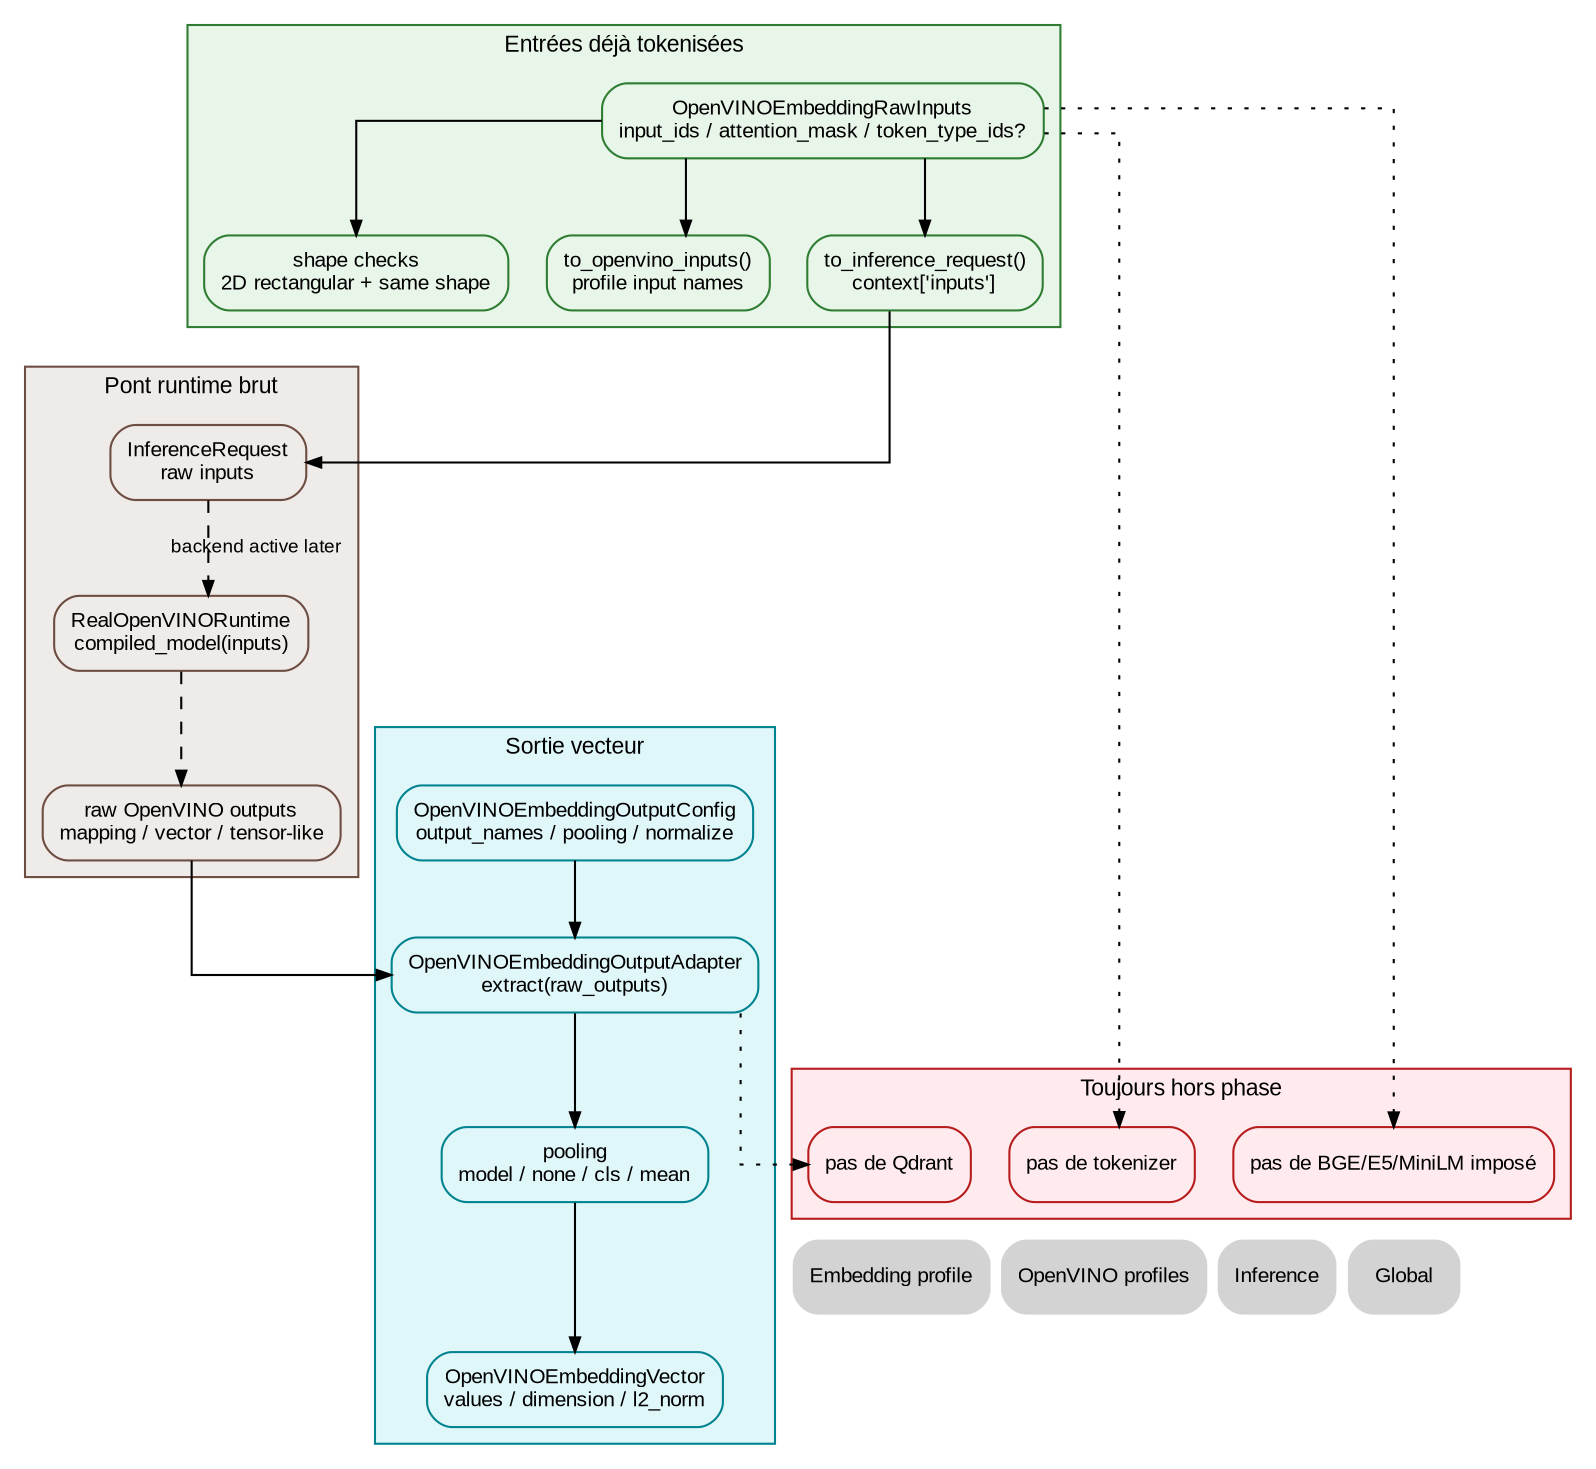
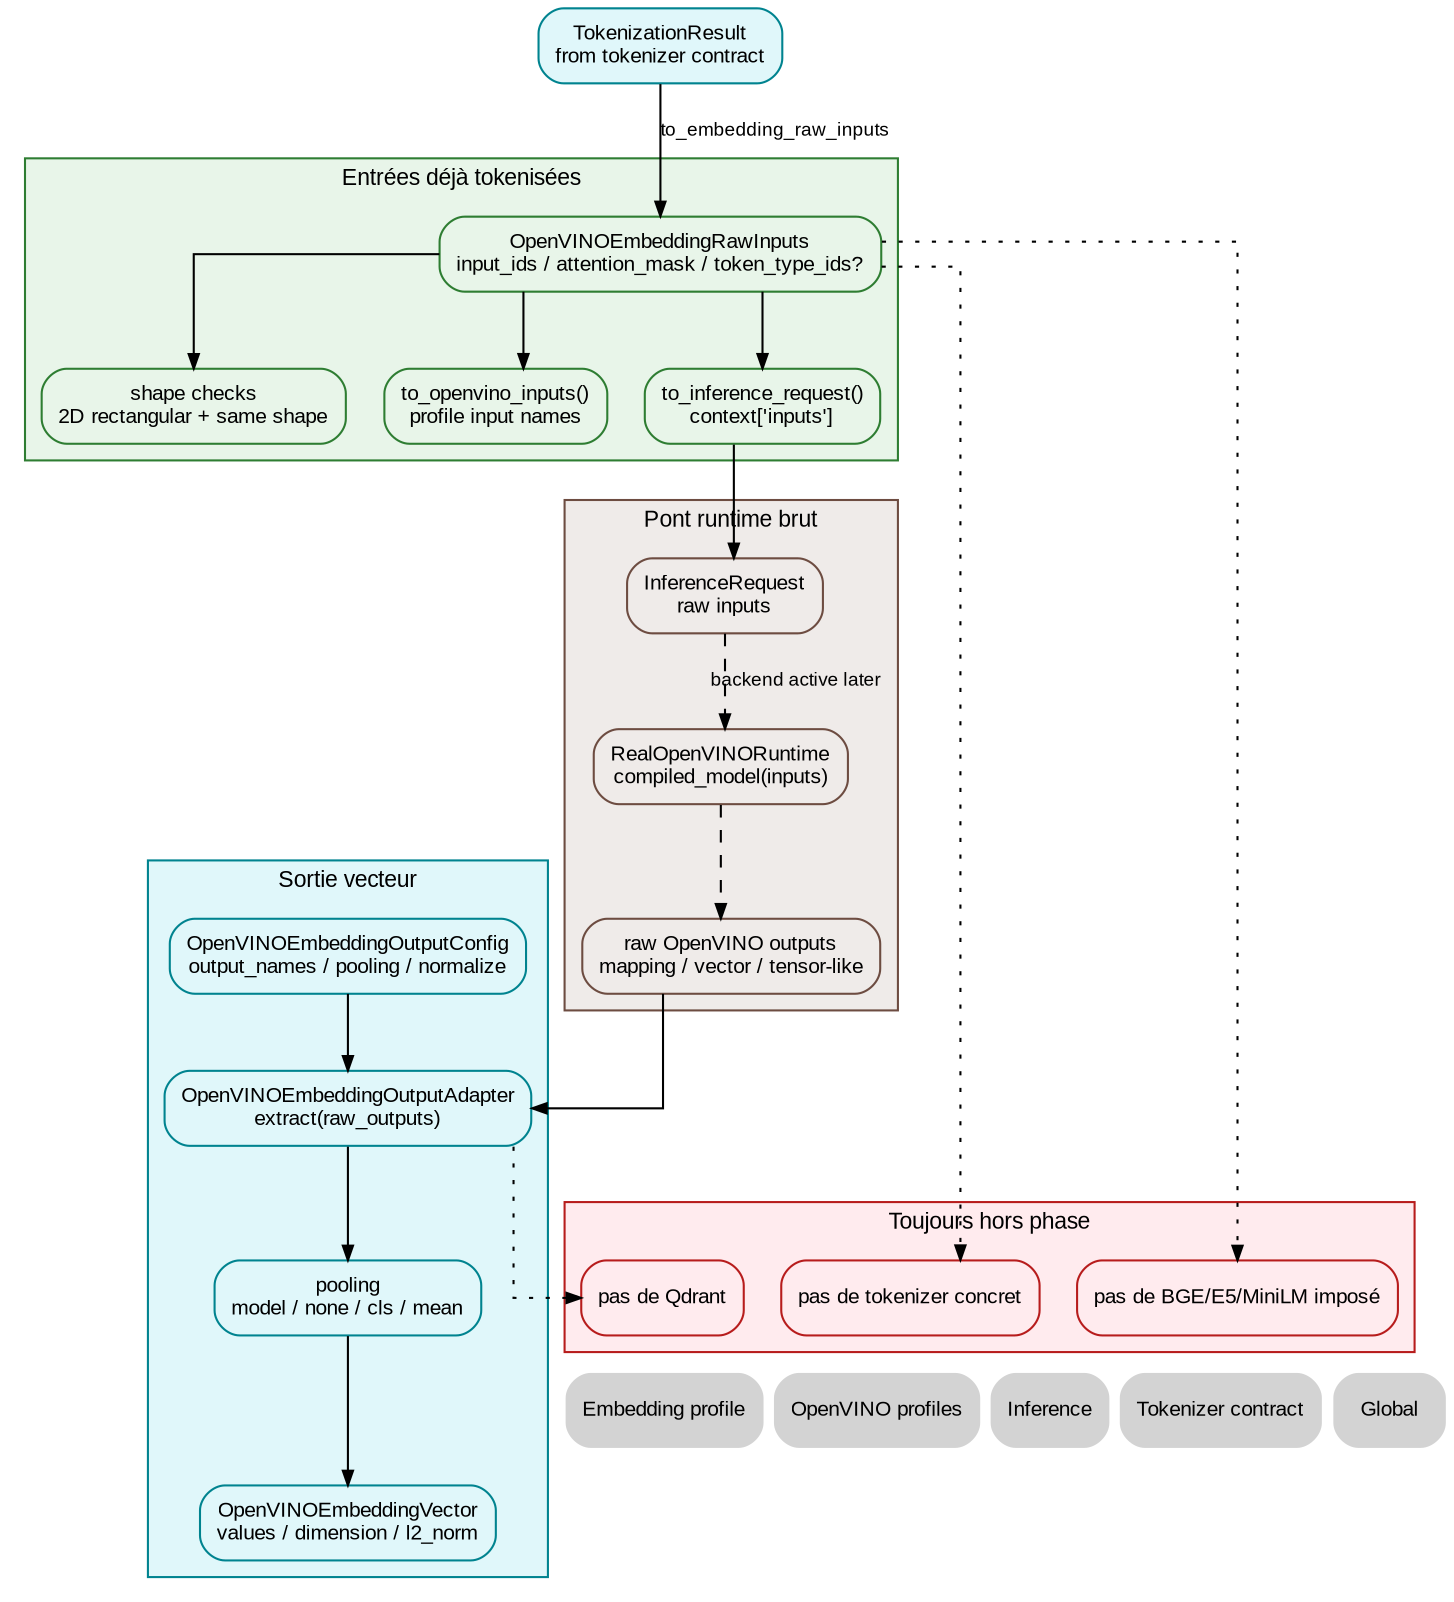
digraph OpenVINOEmbeddingRaw {
    // ROADMAP_ID: inference.openvino_embedding_raw
    // ROADMAP_PARENT: inference/44_openvino_embedding_profile.dot
    // ROADMAP_NOTE[phase3_3]:
    // Cette page décrit la couche IO raw embedding. Elle ne tokenise pas, ne
    // choisit pas le modèle et ne branche pas Qdrant. Elle stabilise seulement
    // le passage tokens -> inputs OpenVINO et sortie brute -> vecteur.
+ 
+     // ROADMAP_NOTE[phase3_4]:
+     // Le contrat tokenizer peut maintenant produire TokenizationResult puis
+     // OpenVINOEmbeddingRawInputs, mais aucun tokenizer concret n'est imposé.

    rankdir=TB;
    splines=ortho;

    graph [fontname="Arial", fontsize=11];
    node [shape=box, style="rounded,filled", fontname="Arial", fontsize=10];
    edge [fontname="Arial", fontsize=9, arrowsize=0.7];

    subgraph cluster_inputs {
        label="Entrées déjà tokenisées";
        color="#2e7d32";
        bgcolor="#e8f5e9";
        node [fillcolor="#e8f5e9", color="#2e7d32"];

        RawInputs [label="OpenVINOEmbeddingRawInputs\ninput_ids / attention_mask / token_type_ids?"];
        ShapeChecks [label="shape checks\n2D rectangular + same shape"];
        ToInputs [label="to_openvino_inputs()\nprofile input names"];
        ToRequest [label="to_inference_request()\ncontext['inputs']"];
    }

    subgraph cluster_runtime_bridge {
        label="Pont runtime brut";
        color="#6d4c41";
        bgcolor="#efebe9";
        node [fillcolor="#efebe9", color="#6d4c41"];

        Request [label="InferenceRequest\nraw inputs", URL="40_inference.svg"];
        Runtime [label="RealOpenVINORuntime\ncompiled_model(inputs)", URL="42_openvino_runtime.svg"];
        RawOutputs [label="raw OpenVINO outputs\nmapping / vector / tensor-like"];
    }

    subgraph cluster_outputs {
        label="Sortie vecteur";
        color="#00838f";
        bgcolor="#e0f7fa";
        node [fillcolor="#e0f7fa", color="#00838f"];

        OutputConfig [label="OpenVINOEmbeddingOutputConfig\noutput_names / pooling / normalize"];
        OutputAdapter [label="OpenVINOEmbeddingOutputAdapter\nextract(raw_outputs)"];
        Pooling [label="pooling\nmodel / none / cls / mean"];
        Vector [label="OpenVINOEmbeddingVector\nvalues / dimension / l2_norm"];
    }

    subgraph cluster_not_here {
        label="Toujours hors phase";
        color="#b71c1c";
        bgcolor="#ffebee";
        node [fillcolor="#ffebee", color="#b71c1c"];

-         NoTokenizer [label="pas de tokenizer"];
+         NoConcreteTokenizer [label="pas de tokenizer concret"];
        NoQdrant [label="pas de Qdrant"];
        NoModelChoice [label="pas de BGE/E5/MiniLM imposé"];
    }

    RawInputs -> ShapeChecks;
    RawInputs -> ToInputs;
    RawInputs -> ToRequest;
    ToRequest -> Request;
    Request -> Runtime [style=dashed, label="backend active later"];
    Runtime -> RawOutputs [style=dashed];
    RawOutputs -> OutputAdapter;
    OutputConfig -> OutputAdapter;
    OutputAdapter -> Pooling;
    Pooling -> Vector;

-     RawInputs -> NoTokenizer [style=dotted];
+     TokenizationResult [label="TokenizationResult\nfrom tokenizer contract", fillcolor="#e0f7fa", color="#00838f", URL="46_tokenizer_contract.svg"];
+     TokenizationResult -> RawInputs [label="to_embedding_raw_inputs"];
+ 
+     RawInputs -> NoConcreteTokenizer [style=dotted];
    OutputAdapter -> NoQdrant [style=dotted];
    RawInputs -> NoModelChoice [style=dotted];

    Nav_EmbeddingProfile [label="Embedding profile", shape=plaintext, URL="44_openvino_embedding_profile.svg"];
    Nav_Profiles [label="OpenVINO profiles", shape=plaintext, URL="43_openvino_profiles.svg"];
    Nav_Inference [label="Inference", shape=plaintext, URL="40_inference.svg"];
+     Nav_Tokenizer [label="Tokenizer contract", shape=plaintext, URL="46_tokenizer_contract.svg"];
    Nav_Global [label="Global", shape=plaintext, URL="../00_global.svg"];

-     { rank=sink; Nav_EmbeddingProfile; Nav_Profiles; Nav_Inference; Nav_Global; }
+     { rank=sink; Nav_EmbeddingProfile; Nav_Profiles; Nav_Inference; Nav_Tokenizer; Nav_Global; }
}
